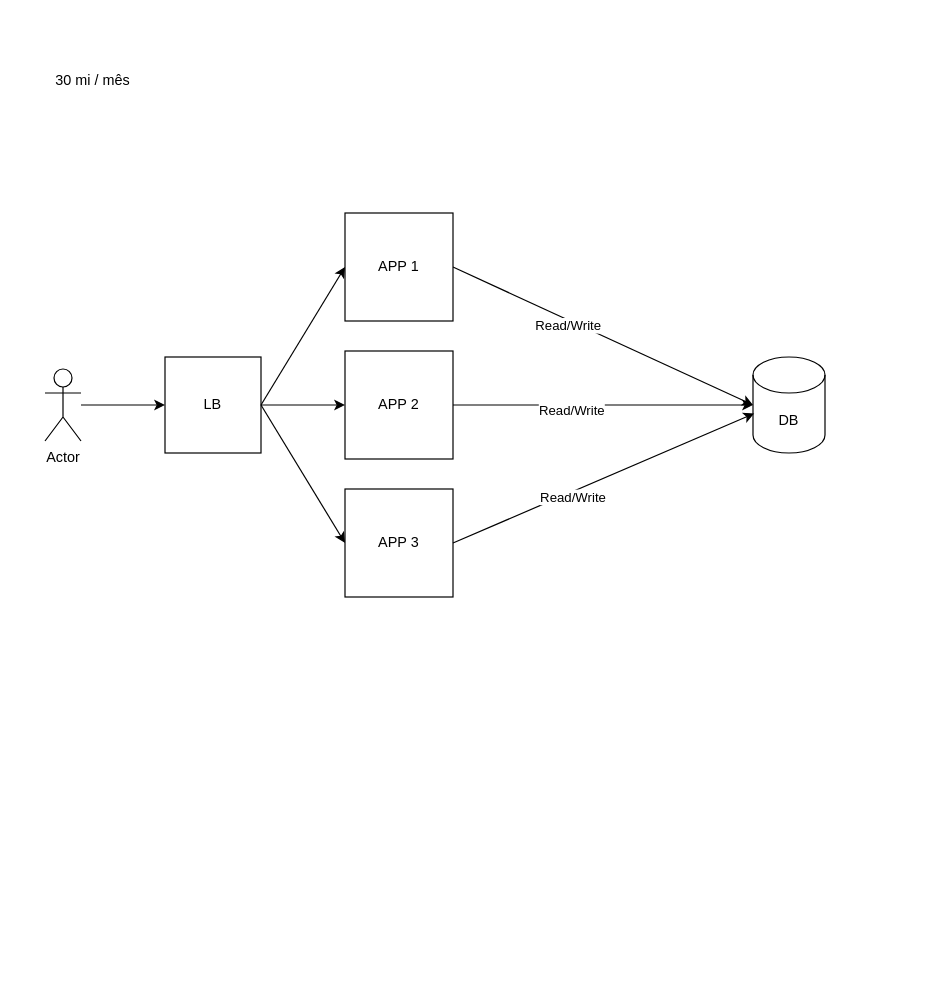
Earlier version of the draw.io diagram Untitled Diagram.drawio (jairoandre/anna). Source tidied: cells renumbered, new cells numbered last; positions are measured from the earlier drawing's top-left corner, leaving out a move shared by most shapes. Both pictures are drawn from the tidied source at 120%, with x=0, y=0 at pixel (20, 20).
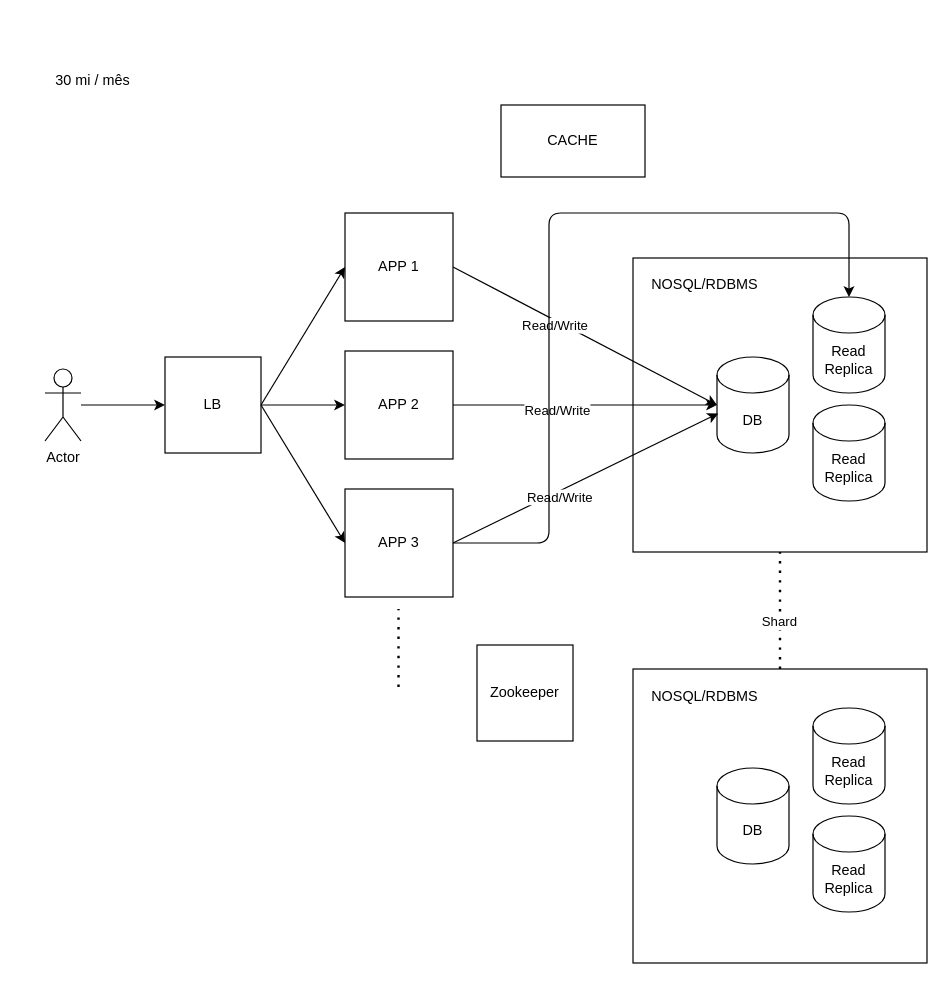
After the change.

The change refers to these unchanged cells:
```xml
<mxCell id="9" value="APP 2" style="whiteSpace=wrap;html=1;" parent="1" vertex="1">
  <mxGeometry x="270" y="275" width="90" height="90" as="geometry" />
</mxCell>
<mxCell id="10" value="APP 3" style="whiteSpace=wrap;html=1;" parent="1" vertex="1">
  <mxGeometry x="270" y="390" width="90" height="90" as="geometry" />
</mxCell>
```

Change to the diagram source:
```diff
@@
+    <mxCell id="19" style="group;" parent="1" vertex="1">
+      <mxGeometry x="510" y="197.5" width="245" height="245" as="geometry" />
+    </mxCell>
+    <mxCell id="20" value="&lt;div&gt;&lt;br&gt;&lt;/div&gt;" style="whiteSpace=wrap;html=1;" parent="19" vertex="1">
+      <mxGeometry width="245" height="245" as="geometry" />
+    </mxCell>
+    <mxCell id="3" value="&lt;div&gt;DB&lt;/div&gt;" style="shape=cylinder3;whiteSpace=wrap;html=1;boundedLbl=1;backgroundOutline=1;size=15;" parent="19" vertex="1">
+      <mxGeometry x="70" y="82.5" width="60" height="80" as="geometry" />
+    </mxCell>
+    <mxCell id="21" value="Read Replica" style="shape=cylinder3;whiteSpace=wrap;html=1;boundedLbl=1;backgroundOutline=1;size=15;" parent="19" vertex="1">
+      <mxGeometry x="150" y="32.5" width="60" height="80" as="geometry" />
+    </mxCell>
+    <mxCell id="22" value="Read Replica" style="shape=cylinder3;whiteSpace=wrap;html=1;boundedLbl=1;backgroundOutline=1;size=15;" parent="19" vertex="1">
+      <mxGeometry x="150" y="122.5" width="60" height="80" as="geometry" />
+    </mxCell>
+    <mxCell id="23" value="NOSQL/RDBMS" style="text;html=1;strokeColor=none;fillColor=none;align=center;verticalAlign=middle;whiteSpace=wrap;rounded=0;" parent="19" vertex="1">
+      <mxGeometry x="40" y="12.5" width="40" height="20" as="geometry" />
+    </mxCell>
@@
-    <mxCell id="3" value="&lt;div&gt;DB&lt;/div&gt;" style="shape=cylinder3;whiteSpace=wrap;html=1;boundedLbl=1;backgroundOutline=1;size=15;" parent="1" vertex="1">
-      <mxGeometry x="610" y="280" width="60" height="80" as="geometry" />
-    </mxCell>
@@
-    <mxCell id="14" style="endArrow=classic;html=1;entryX=0;entryY=0.5;entryDx=0;entryDy=0;entryPerimeter=0;exitX=1;exitY=0.5;exitDx=0;exitDy=0;" parent="1" edge="1" source="9" target="3">
-      <mxGeometry relative="1" as="geometry" />
+    <mxCell id="14" style="endArrow=classic;html=1;exitX=1;exitY=0.5;exitDx=0;exitDy=0;" parent="1" edge="1" source="9">
+      <mxGeometry relative="1" as="geometry">
+        <mxPoint x="580" y="320" as="targetPoint" />
+      </mxGeometry>
     </mxCell>
@@
+    <mxCell id="24" style="endArrow=none;dashed=1;html=1;dashPattern=1 3;strokeWidth=2;" parent="1" edge="1">
+      <mxGeometry relative="1" as="geometry">
+        <mxPoint x="314.6" y="555" as="sourcePoint" />
+        <mxPoint x="314.6" y="490" as="targetPoint" />
+      </mxGeometry>
+    </mxCell>
+    <mxCell id="25" value="CACHE" style="rounded=0;whiteSpace=wrap;html=1;" parent="1" vertex="1">
+      <mxGeometry x="400" y="70" width="120" height="60" as="geometry" />
+    </mxCell>
+    <mxCell id="26" value="Zookeeper" style="whiteSpace=wrap;html=1;" parent="1" vertex="1">
+      <mxGeometry x="380" y="520" width="80" height="80" as="geometry" />
+    </mxCell>
+    <mxCell id="27" style="group;" parent="1" vertex="1">
+      <mxGeometry x="510" y="540" width="245" height="245" as="geometry" />
+    </mxCell>
+    <mxCell id="28" value="&lt;div&gt;&lt;br&gt;&lt;/div&gt;" style="whiteSpace=wrap;html=1;" parent="27" vertex="1">
+      <mxGeometry width="245" height="245" as="geometry" />
+    </mxCell>
+    <mxCell id="29" value="&lt;div&gt;DB&lt;/div&gt;" style="shape=cylinder3;whiteSpace=wrap;html=1;boundedLbl=1;backgroundOutline=1;size=15;" parent="27" vertex="1">
+      <mxGeometry x="70" y="82.5" width="60" height="80" as="geometry" />
+    </mxCell>
+    <mxCell id="30" value="Read Replica" style="shape=cylinder3;whiteSpace=wrap;html=1;boundedLbl=1;backgroundOutline=1;size=15;" parent="27" vertex="1">
+      <mxGeometry x="150" y="32.5" width="60" height="80" as="geometry" />
+    </mxCell>
+    <mxCell id="31" value="Read Replica" style="shape=cylinder3;whiteSpace=wrap;html=1;boundedLbl=1;backgroundOutline=1;size=15;" parent="27" vertex="1">
+      <mxGeometry x="150" y="122.5" width="60" height="80" as="geometry" />
+    </mxCell>
+    <mxCell id="32" value="NOSQL/RDBMS" style="text;html=1;strokeColor=none;fillColor=none;align=center;verticalAlign=middle;whiteSpace=wrap;rounded=0;" parent="27" vertex="1">
+      <mxGeometry x="40" y="12.5" width="40" height="20" as="geometry" />
+    </mxCell>
+    <mxCell id="33" style="endArrow=none;dashed=1;html=1;dashPattern=1 3;strokeWidth=2;entryX=0.5;entryY=1;entryDx=0;entryDy=0;" parent="1" edge="1" source="28" target="20">
+      <mxGeometry relative="1" as="geometry" />
+    </mxCell>
+    <mxCell id="34" value="Shard" style="edgeLabel;html=1;align=center;verticalAlign=middle;" parent="33" vertex="1">
+      <mxGeometry x="-0.17" y="1" relative="1" as="geometry" />
+    </mxCell>
+    <mxCell id="35" style="endArrow=classic;html=1;exitX=1;exitY=0.5;exitDx=0;exitDy=0;entryX=0.5;entryY=0;entryDx=0;entryDy=0;entryPerimeter=0;" parent="1" edge="1" source="10" target="21">
+      <mxGeometry relative="1" as="geometry">
+        <Array as="points">
+          <mxPoint x="440" y="435" />
+          <mxPoint x="440" y="160" />
+          <mxPoint x="690" y="160" />
+        </Array>
+      </mxGeometry>
+    </mxCell>
```
